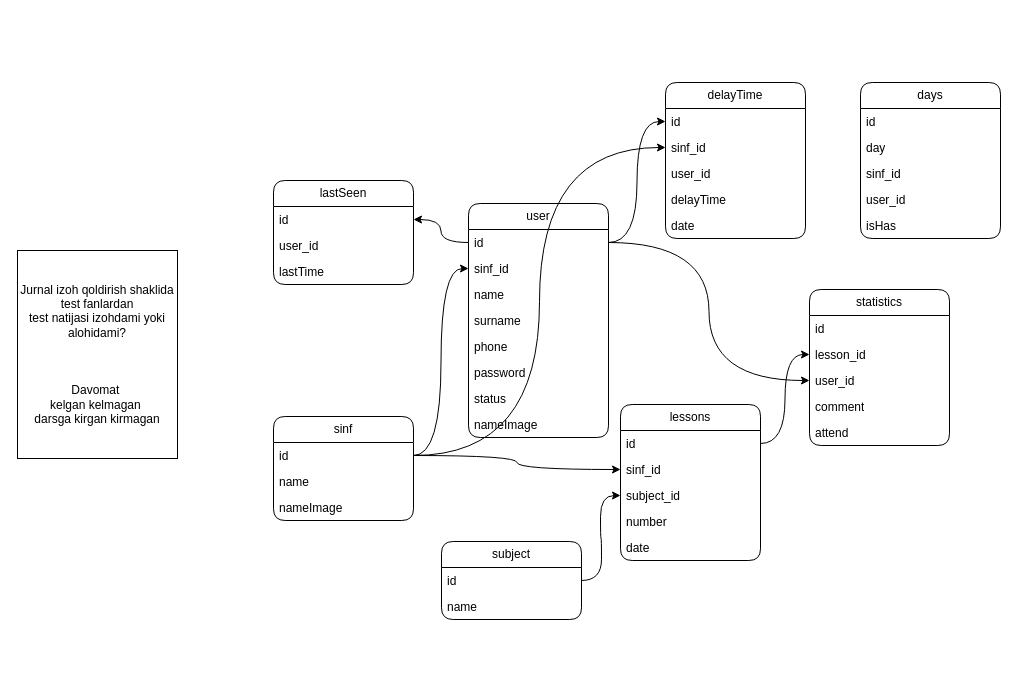
Earlier version of the draw.io diagram Ixlos.drawio (MardonAslonov/DrawIo). Source tidied: cells renumbered, new cells numbered last; positions are measured from the earlier drawing's top-left corner, leaving out a move shared by most shapes. Both pictures are drawn from the tidied source at 100%, with x=0, y=0 at pixel (17, 82).
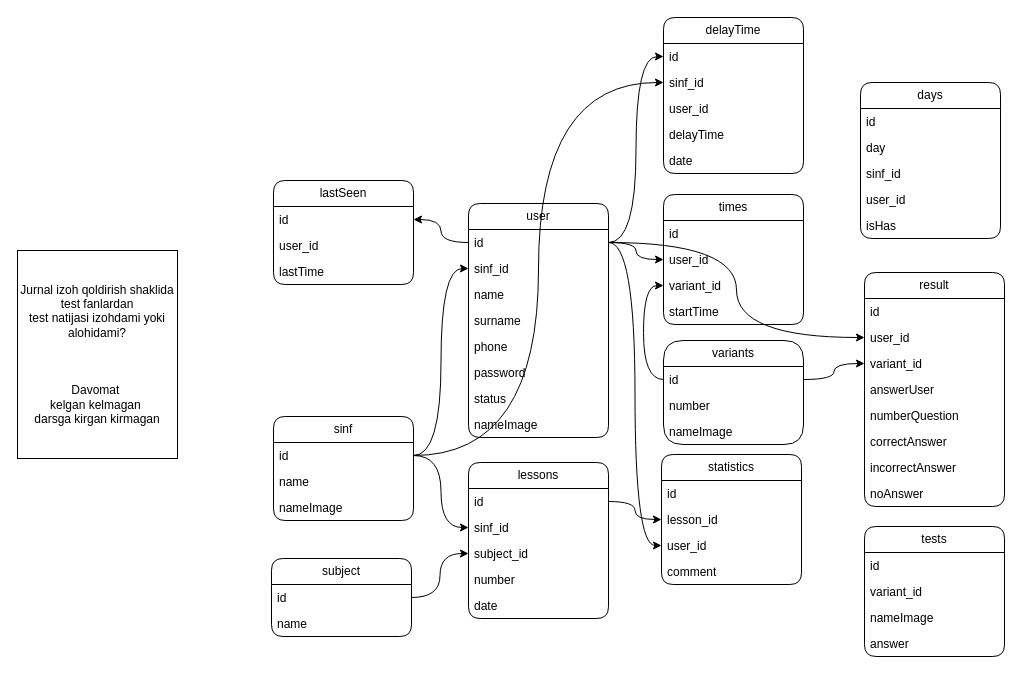
Above is the later version.

The change refers to these unchanged cells:
```xml
<mxCell id="3" value="id" style="text;strokeColor=none;fillColor=none;align=left;verticalAlign=top;spacingLeft=4;spacingRight=4;overflow=hidden;points=[[0,0.5],[1,0.5]];portConstraint=eastwest;whiteSpace=wrap;html=1;" parent="2" vertex="1">
  <mxGeometry y="26" width="140" height="26" as="geometry" />
</mxCell>
```

What changed in the source:
```diff
@@
     <mxCell id="12" value="statistics" style="swimlane;fontStyle=0;horizontal=1;startSize=26;fillColor=none;whiteSpace=wrap;html=1;rounded=1;shadow=0;glass=0;" parent="1" vertex="1">
-      <mxGeometry x="792" y="207" width="140" height="156" as="geometry" />
+      <mxGeometry x="644" y="372" width="140" height="130" as="geometry" />
     </mxCell>
@@
-    <mxCell id="17" value="attend" style="text;strokeColor=none;fillColor=none;align=left;verticalAlign=top;spacingLeft=4;spacingRight=4;overflow=hidden;whiteSpace=wrap;html=1;" parent="12" vertex="1">
-      <mxGeometry y="130" width="140" height="26" as="geometry" />
-    </mxCell>
     <mxCell id="18" value="subject" style="swimlane;fontStyle=0;horizontal=1;startSize=26;fillColor=none;whiteSpace=wrap;html=1;rounded=1;" parent="1" vertex="1">
-      <mxGeometry x="424" y="459" width="140" height="78" as="geometry" />
+      <mxGeometry x="254" y="476" width="140" height="78" as="geometry" />
     </mxCell>
@@
     <mxCell id="29" value="lessons" style="swimlane;fontStyle=0;horizontal=1;startSize=26;fillColor=none;whiteSpace=wrap;html=1;rounded=1;" parent="1" vertex="1">
-      <mxGeometry x="603" y="322" width="140" height="156" as="geometry" />
+      <mxGeometry x="451" y="380" width="140" height="156" as="geometry" />
     </mxCell>
@@
     <mxCell id="36" value="delayTime" style="swimlane;fontStyle=0;horizontal=1;startSize=26;fillColor=none;whiteSpace=wrap;html=1;rounded=1;" parent="1" vertex="1">
-      <mxGeometry x="648" width="140" height="156" as="geometry" />
+      <mxGeometry x="646" y="-65" width="140" height="156" as="geometry" />
     </mxCell>
@@
+    <mxCell id="55" value="variants" style="swimlane;fontStyle=0;horizontal=1;startSize=26;fillColor=none;whiteSpace=wrap;html=1;rounded=1;shadow=0;glass=0;arcSize=25;" parent="1" vertex="1">
+      <mxGeometry x="646" y="258" width="140" height="104" as="geometry" />
+    </mxCell>
+    <mxCell id="56" value="id" style="text;strokeColor=none;fillColor=none;align=left;verticalAlign=top;spacingLeft=4;spacingRight=4;overflow=hidden;points=[[0,0.5],[1,0.5]];portConstraint=eastwest;whiteSpace=wrap;html=1;" parent="55" vertex="1">
+      <mxGeometry y="26" width="140" height="26" as="geometry" />
+    </mxCell>
+    <mxCell id="57" value="number" style="text;strokeColor=none;fillColor=none;align=left;verticalAlign=top;spacingLeft=4;spacingRight=4;overflow=hidden;whiteSpace=wrap;html=1;" parent="55" vertex="1">
+      <mxGeometry y="52" width="140" height="26" as="geometry" />
+    </mxCell>
+    <mxCell id="58" value="nameImage" style="text;strokeColor=none;fillColor=none;align=left;verticalAlign=top;spacingLeft=4;spacingRight=4;overflow=hidden;whiteSpace=wrap;html=1;" parent="55" vertex="1">
+      <mxGeometry y="78" width="140" height="26" as="geometry" />
+    </mxCell>
+    <mxCell id="59" value="times" style="swimlane;fontStyle=0;horizontal=1;startSize=26;fillColor=none;whiteSpace=wrap;html=1;rounded=1;shadow=0;glass=0;" parent="1" vertex="1">
+      <mxGeometry x="646" y="112" width="140" height="130" as="geometry" />
+    </mxCell>
+    <mxCell id="60" value="id" style="text;strokeColor=none;fillColor=none;align=left;verticalAlign=top;spacingLeft=4;spacingRight=4;overflow=hidden;whiteSpace=wrap;html=1;" parent="59" vertex="1">
+      <mxGeometry y="26" width="140" height="26" as="geometry" />
+    </mxCell>
+    <mxCell id="61" value="user_id" style="text;strokeColor=none;fillColor=none;align=left;verticalAlign=top;spacingLeft=4;spacingRight=4;overflow=hidden;points=[[0,0.5],[1,0.5]];portConstraint=eastwest;whiteSpace=wrap;html=1;" parent="59" vertex="1">
+      <mxGeometry y="52" width="140" height="26" as="geometry" />
+    </mxCell>
+    <mxCell id="62" value="variant_id" style="text;strokeColor=none;fillColor=none;align=left;verticalAlign=top;spacingLeft=4;spacingRight=4;overflow=hidden;points=[[0,0.5],[1,0.5]];portConstraint=eastwest;whiteSpace=wrap;html=1;" parent="59" vertex="1">
+      <mxGeometry y="78" width="140" height="26" as="geometry" />
+    </mxCell>
+    <mxCell id="63" value="startTime&amp;nbsp;" style="text;strokeColor=none;fillColor=none;align=left;verticalAlign=top;spacingLeft=4;spacingRight=4;overflow=hidden;whiteSpace=wrap;html=1;" parent="59" vertex="1">
+      <mxGeometry y="104" width="140" height="26" as="geometry" />
+    </mxCell>
+    <mxCell id="64" style="edgeStyle=orthogonalEdgeStyle;rounded=0;jettySize=auto;html=1;curved=1;entryX=0;entryY=0.5;entryDx=0;entryDy=0;" parent="1" edge="1" source="3" target="61">
+      <mxGeometry relative="1" as="geometry" />
+    </mxCell>
+    <mxCell id="65" style="edgeStyle=orthogonalEdgeStyle;rounded=0;jettySize=auto;html=1;entryX=0;entryY=0.5;entryDx=0;entryDy=0;curved=1;" parent="1" edge="1" source="56" target="62">
+      <mxGeometry relative="1" as="geometry" />
+    </mxCell>
+    <mxCell id="66" value="result" style="swimlane;fontStyle=0;horizontal=1;startSize=26;fillColor=none;whiteSpace=wrap;html=1;rounded=1;shadow=0;glass=0;" parent="1" vertex="1">
+      <mxGeometry x="847" y="190" width="140" height="234" as="geometry" />
+    </mxCell>
+    <mxCell id="67" value="id" style="text;strokeColor=none;fillColor=none;align=left;verticalAlign=top;spacingLeft=4;spacingRight=4;overflow=hidden;whiteSpace=wrap;html=1;" parent="66" vertex="1">
+      <mxGeometry y="26" width="140" height="26" as="geometry" />
+    </mxCell>
+    <mxCell id="68" value="user_id" style="text;strokeColor=none;fillColor=none;align=left;verticalAlign=top;spacingLeft=4;spacingRight=4;overflow=hidden;points=[[0,0.5],[1,0.5]];portConstraint=eastwest;whiteSpace=wrap;html=1;" parent="66" vertex="1">
+      <mxGeometry y="52" width="140" height="26" as="geometry" />
+    </mxCell>
+    <mxCell id="69" value="variant_id" style="text;strokeColor=none;fillColor=none;align=left;verticalAlign=top;spacingLeft=4;spacingRight=4;overflow=hidden;points=[[0,0.5],[1,0.5]];portConstraint=eastwest;whiteSpace=wrap;html=1;" parent="66" vertex="1">
+      <mxGeometry y="78" width="140" height="26" as="geometry" />
+    </mxCell>
+    <mxCell id="70" value="answerUser" style="text;strokeColor=none;fillColor=none;align=left;verticalAlign=top;spacingLeft=4;spacingRight=4;overflow=hidden;whiteSpace=wrap;html=1;" parent="66" vertex="1">
+      <mxGeometry y="104" width="140" height="26" as="geometry" />
+    </mxCell>
+    <mxCell id="71" value="numberQuestion" style="text;strokeColor=none;fillColor=none;align=left;verticalAlign=top;spacingLeft=4;spacingRight=4;overflow=hidden;whiteSpace=wrap;html=1;" parent="66" vertex="1">
+      <mxGeometry y="130" width="140" height="26" as="geometry" />
+    </mxCell>
+    <mxCell id="72" value="correctAnswer" style="text;strokeColor=none;fillColor=none;align=left;verticalAlign=top;spacingLeft=4;spacingRight=4;overflow=hidden;whiteSpace=wrap;html=1;" parent="66" vertex="1">
+      <mxGeometry y="156" width="140" height="26" as="geometry" />
+    </mxCell>
+    <mxCell id="73" value="incorrectAnswer" style="text;strokeColor=none;fillColor=none;align=left;verticalAlign=top;spacingLeft=4;spacingRight=4;overflow=hidden;whiteSpace=wrap;html=1;" parent="66" vertex="1">
+      <mxGeometry y="182" width="140" height="26" as="geometry" />
+    </mxCell>
+    <mxCell id="74" value="noAnswer" style="text;strokeColor=none;fillColor=none;align=left;verticalAlign=top;spacingLeft=4;spacingRight=4;overflow=hidden;whiteSpace=wrap;html=1;" parent="66" vertex="1">
+      <mxGeometry y="208" width="140" height="26" as="geometry" />
+    </mxCell>
+    <mxCell id="75" style="edgeStyle=orthogonalEdgeStyle;rounded=0;jettySize=auto;html=1;entryX=0;entryY=0.5;entryDx=0;entryDy=0;curved=1;" parent="1" edge="1" source="3" target="68">
+      <mxGeometry relative="1" as="geometry" />
+    </mxCell>
+    <mxCell id="76" style="edgeStyle=orthogonalEdgeStyle;rounded=0;jettySize=auto;html=1;entryX=0;entryY=0.5;entryDx=0;entryDy=0;curved=1;" parent="1" edge="1" source="56" target="69">
+      <mxGeometry relative="1" as="geometry" />
+    </mxCell>
+    <mxCell id="77" value="tests" style="swimlane;fontStyle=0;horizontal=1;startSize=26;fillColor=none;whiteSpace=wrap;html=1;rounded=1;shadow=0;glass=0;" parent="1" vertex="1">
+      <mxGeometry x="847" y="444" width="140" height="130" as="geometry" />
+    </mxCell>
+    <mxCell id="78" value="id" style="text;strokeColor=none;fillColor=none;align=left;verticalAlign=top;spacingLeft=4;spacingRight=4;overflow=hidden;whiteSpace=wrap;html=1;" parent="77" vertex="1">
+      <mxGeometry y="26" width="140" height="26" as="geometry" />
+    </mxCell>
+    <mxCell id="79" value="variant_id" style="text;strokeColor=none;fillColor=none;align=left;verticalAlign=top;spacingLeft=4;spacingRight=4;overflow=hidden;whiteSpace=wrap;html=1;" parent="77" vertex="1">
+      <mxGeometry y="52" width="140" height="26" as="geometry" />
+    </mxCell>
+    <mxCell id="80" value="nameImage" style="text;strokeColor=none;fillColor=none;align=left;verticalAlign=top;spacingLeft=4;spacingRight=4;overflow=hidden;whiteSpace=wrap;html=1;" parent="77" vertex="1">
+      <mxGeometry y="78" width="140" height="26" as="geometry" />
+    </mxCell>
+    <mxCell id="81" value="answer" style="text;strokeColor=none;fillColor=none;align=left;verticalAlign=top;spacingLeft=4;spacingRight=4;overflow=hidden;whiteSpace=wrap;html=1;" parent="77" vertex="1">
+      <mxGeometry y="104" width="140" height="26" as="geometry" />
+    </mxCell>
```
